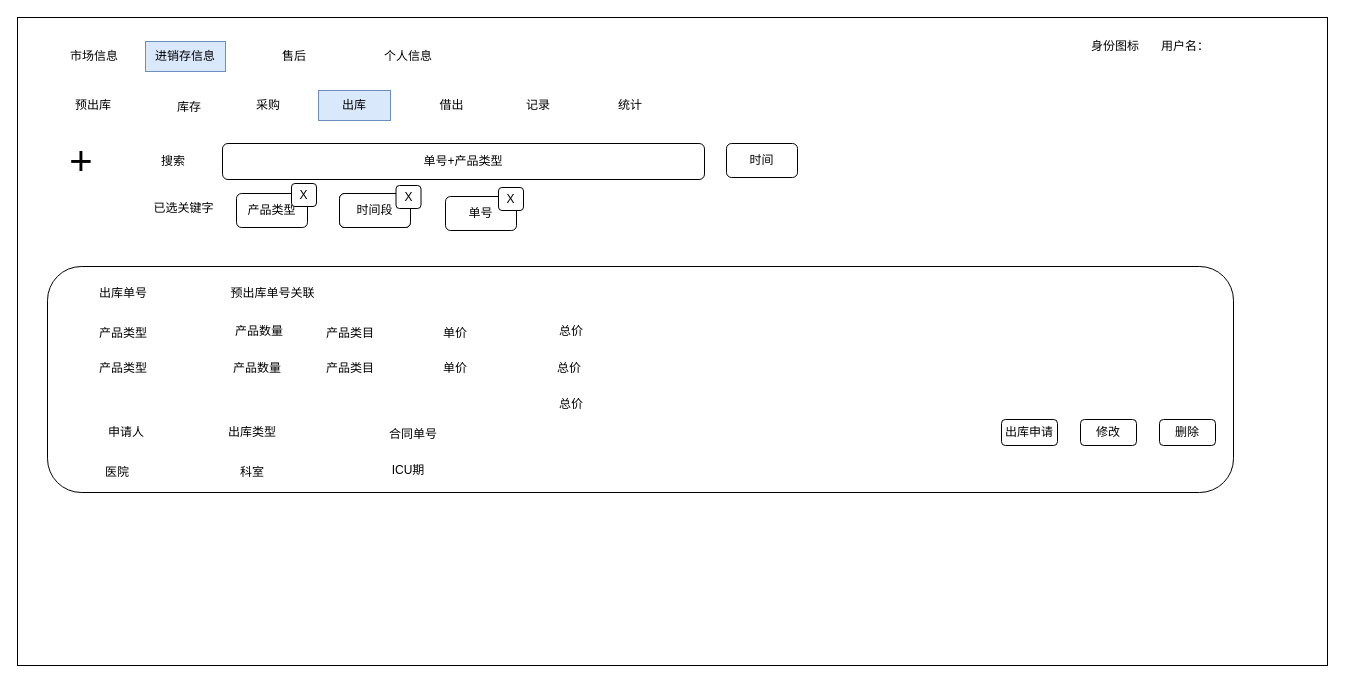
Above: page "出库" (4 of 8) of 泰加进销存.drawio in cangwang/news (draw.io), before the change. Source tidied: cells renumbered, new cells numbered last; positions are measured from the earlier drawing's top-left corner, leaving out a move shared by most shapes. Both pictures are drawn from the tidied source at 100%, with x=0, y=0 at pixel (17, 17).
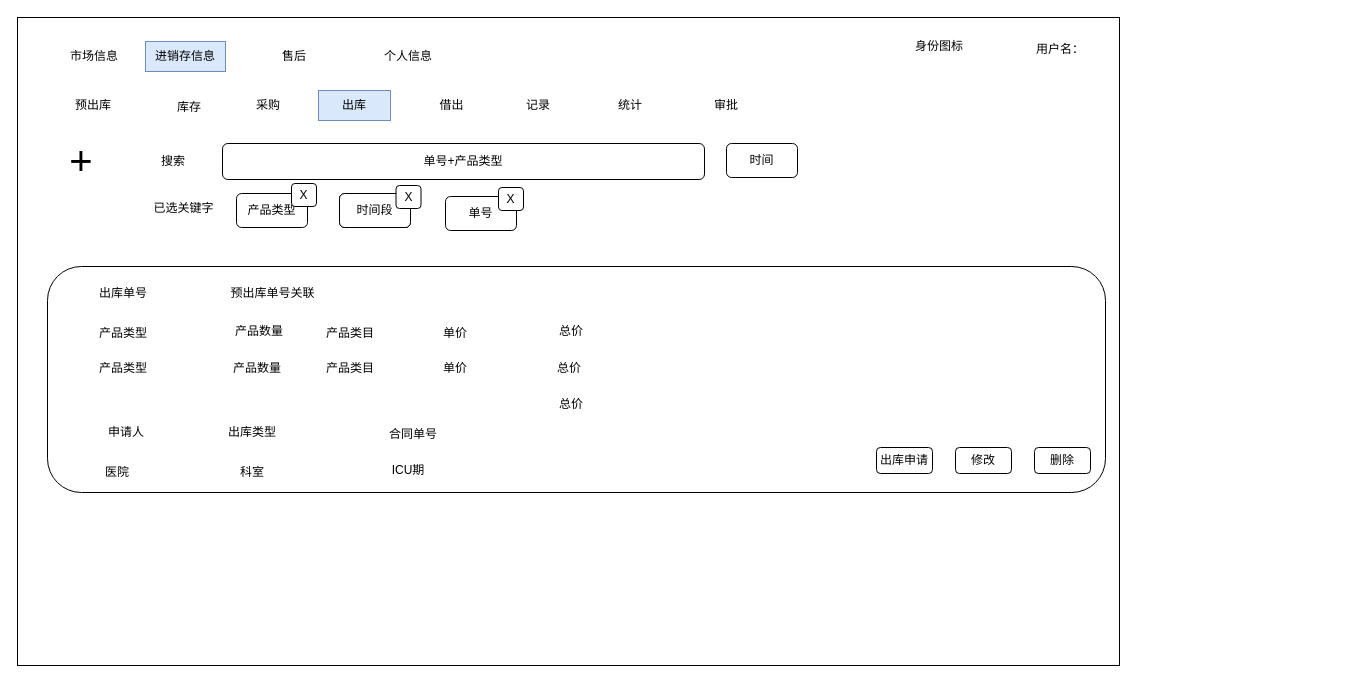
After the change.

Change to the diagram source:
```diff
@@
     <mxCell id="2" style="rounded=0;whiteSpace=wrap;html=1;" parent="1" vertex="1">
-      <mxGeometry width="1310" height="648" as="geometry" />
+      <mxGeometry width="1102" height="648" as="geometry" />
     </mxCell>
@@
     <mxCell id="10" value="用户名：" style="text;html=1;strokeColor=none;fillColor=none;align=center;verticalAlign=middle;whiteSpace=wrap;rounded=0;fontSize=12;" parent="1" vertex="1">
-      <mxGeometry x="1138" y="14" width="60" height="30" as="geometry" />
+      <mxGeometry x="1013" y="17" width="60" height="30" as="geometry" />
     </mxCell>
     <mxCell id="11" value="身份图标" style="text;html=1;strokeColor=none;fillColor=none;align=center;verticalAlign=middle;whiteSpace=wrap;rounded=0;fontSize=12;" parent="1" vertex="1">
-      <mxGeometry x="1068" y="14" width="60" height="30" as="geometry" />
+      <mxGeometry x="892" y="14" width="60" height="30" as="geometry" />
     </mxCell>
@@
     <mxCell id="17" style="rounded=1;whiteSpace=wrap;html=1;fontSize=12;" parent="1" vertex="1">
-      <mxGeometry x="30" y="249" width="1186" height="226" as="geometry" />
+      <mxGeometry x="30" y="249" width="1058" height="226" as="geometry" />
     </mxCell>
     <mxCell id="18" value="修改" style="rounded=1;whiteSpace=wrap;html=1;fontSize=12;" parent="1" vertex="1">
-      <mxGeometry x="1063" y="402" width="56" height="26" as="geometry" />
+      <mxGeometry x="938" y="430" width="56" height="26" as="geometry" />
     </mxCell>
     <mxCell id="19" value="删除" style="rounded=1;whiteSpace=wrap;html=1;fontSize=12;" parent="1" vertex="1">
-      <mxGeometry x="1142" y="402" width="56" height="26" as="geometry" />
+      <mxGeometry x="1017" y="430" width="56" height="26" as="geometry" />
     </mxCell>
@@
     <mxCell id="34" value="出库申请" style="rounded=1;whiteSpace=wrap;html=1;fontSize=12;" parent="1" vertex="1">
-      <mxGeometry x="984" y="402" width="56" height="26" as="geometry" />
+      <mxGeometry x="859" y="430" width="56" height="26" as="geometry" />
     </mxCell>
@@
+    <mxCell id="51" value="审批" style="text;html=1;align=center;verticalAlign=middle;whiteSpace=wrap;rounded=0;" parent="1" vertex="1">
+      <mxGeometry x="669" y="73" width="80" height="30" as="geometry" />
+    </mxCell>
```
